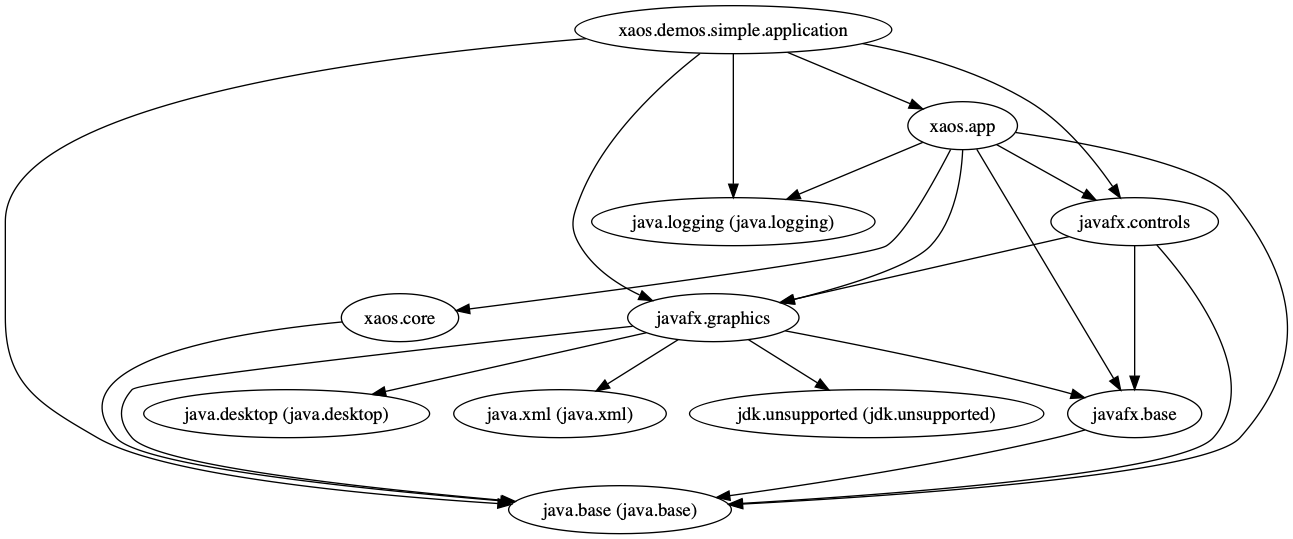
The Graphviz diagram xaos.demos.module/xaos.demos.simple.application.module/doc/module-dependencies.png in ESSICS/XAOS, before a commit. Its source is kept beside it as xaos.demos.module/xaos.demos.simple.application.module/doc/module-dependencies.dot.
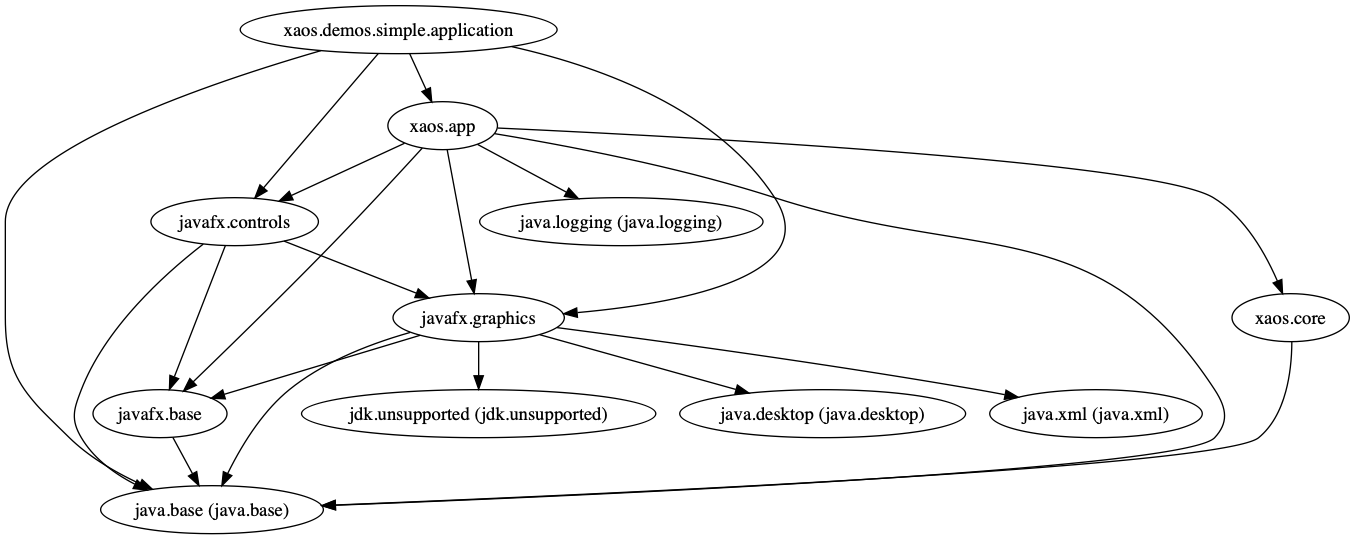
After the change.

The edit, as a diff of the source:
```diff
@@ -1,23 +1,22 @@
 digraph "summary" {
-  "javafx.graphics"                                  -> "java.base (java.base)";
-  "javafx.graphics"                                  -> "java.desktop (java.desktop)";
-  "javafx.graphics"                                  -> "java.xml (java.xml)";
-  "javafx.graphics"                                  -> "javafx.base";
-  "javafx.graphics"                                  -> "jdk.unsupported (jdk.unsupported)";
+  "javafx.controls"                                  -> "java.base (java.base)";
+  "javafx.controls"                                  -> "javafx.base";
+  "javafx.controls"                                  -> "javafx.graphics";
   "xaos.demos.simple.application"                    -> "java.base (java.base)";
-  "xaos.demos.simple.application"                    -> "java.logging (java.logging)";
   "xaos.demos.simple.application"                    -> "javafx.controls";
   "xaos.demos.simple.application"                    -> "javafx.graphics";
   "xaos.demos.simple.application"                    -> "xaos.app";
   "xaos.core"                                        -> "java.base (java.base)";
+  "javafx.base"                                      -> "java.base (java.base)";
   "xaos.app"                                         -> "java.base (java.base)";
   "xaos.app"                                         -> "java.logging (java.logging)";
   "xaos.app"                                         -> "javafx.base";
   "xaos.app"                                         -> "javafx.controls";
   "xaos.app"                                         -> "javafx.graphics";
   "xaos.app"                                         -> "xaos.core";
-  "javafx.controls"                                  -> "java.base (java.base)";
-  "javafx.controls"                                  -> "javafx.base";
-  "javafx.controls"                                  -> "javafx.graphics";
-  "javafx.base"                                      -> "java.base (java.base)";
+  "javafx.graphics"                                  -> "java.base (java.base)";
+  "javafx.graphics"                                  -> "java.desktop (java.desktop)";
+  "javafx.graphics"                                  -> "java.xml (java.xml)";
+  "javafx.graphics"                                  -> "javafx.base";
+  "javafx.graphics"                                  -> "jdk.unsupported (jdk.unsupported)";
 }
```
